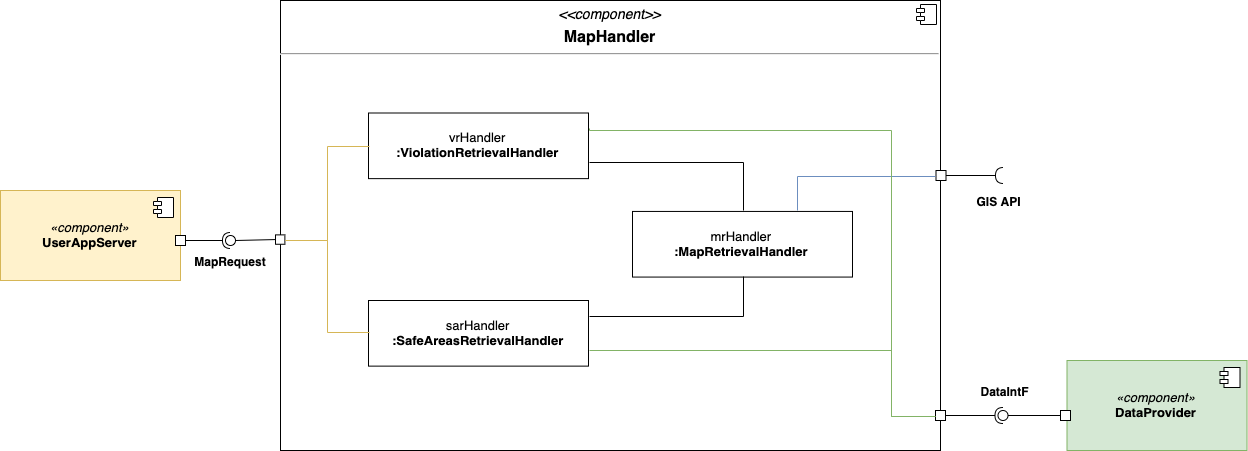
The draw.io diagram Releases/DD/img/diagrams/MapHandlerComponent.png in amecava/safestreets, before a commit. Source tidied: cells renumbered, new cells last; positions are measured from the earlier drawing's top-left corner, leaving out a move shared by most shapes. Its diagram source:
```xml
<mxGraphModel>
  <root>
    <mxCell id="0" />
    <mxCell id="1" parent="0" />
    <mxCell id="2" value="&lt;p style=&quot;margin: 6px 0px 0px ; text-align: center ; font-size: 14px&quot;&gt;&lt;i&gt;&lt;font style=&quot;font-size: 14px&quot;&gt;&amp;lt;&amp;lt;component&amp;gt;&amp;gt;&lt;/font&gt;&lt;/i&gt;&lt;/p&gt;&lt;p style=&quot;margin: 6px 0px 0px ; text-align: center&quot;&gt;&lt;b&gt;&lt;font style=&quot;font-size: 16px&quot;&gt;MapHandler&lt;/font&gt;&lt;/b&gt;&lt;/p&gt;&lt;hr&gt;&lt;p style=&quot;margin: 0px ; margin-left: 8px&quot;&gt;&lt;br&gt;&lt;/p&gt;" style="align=left;overflow=fill;html=1;" parent="1" vertex="1">
      <mxGeometry x="280" width="660" height="450" as="geometry" />
    </mxCell>
    <mxCell id="3" style="shape=component;jettyWidth=8;jettyHeight=4;" parent="2" vertex="1">
      <mxGeometry x="1" width="20" height="20" relative="1" as="geometry">
        <mxPoint x="-24" y="4" as="offset" />
      </mxGeometry>
    </mxCell>
    <mxCell id="4" value="&lt;font style=&quot;font-size: 13px&quot;&gt;vrHandler&lt;br&gt;&lt;b&gt;:ViolationRetrievalHandler&lt;/b&gt;&lt;/font&gt;" style="html=1;" parent="2" vertex="1">
      <mxGeometry x="88" y="112.5" width="220" height="65.6" as="geometry" />
    </mxCell>
    <mxCell id="5" value="&lt;font style=&quot;font-size: 13px&quot;&gt;sarHandler&lt;br&gt;&lt;b&gt;:SafeAreasRetrievalHandler&lt;/b&gt;&lt;/font&gt;" style="html=1;" parent="2" vertex="1">
      <mxGeometry x="88" y="300" width="220" height="65.6" as="geometry" />
    </mxCell>
    <mxCell id="6" value="&lt;font style=&quot;font-size: 13px&quot;&gt;mrHandler&lt;br&gt;&lt;b&gt;:MapRetrievalHandler&lt;/b&gt;&lt;/font&gt;" style="html=1;" parent="2" vertex="1">
      <mxGeometry x="352" y="210.9" width="220" height="65.6" as="geometry" />
    </mxCell>
    <mxCell id="7" style="endArrow=none;html=1;entryX=0.5;entryY=0;entryDx=0;entryDy=0;exitX=1;exitY=0.75;exitDx=0;exitDy=0;edgeStyle=orthogonalEdgeStyle;rounded=0;" parent="2" edge="1" source="4" target="6">
      <mxGeometry relative="1" as="geometry" />
    </mxCell>
    <mxCell id="8" style="endArrow=none;html=1;entryX=0.5;entryY=1;entryDx=0;entryDy=0;exitX=1;exitY=0.25;exitDx=0;exitDy=0;rounded=0;edgeStyle=orthogonalEdgeStyle;" parent="2" edge="1" source="5" target="6">
      <mxGeometry relative="1" as="geometry" />
    </mxCell>
    <mxCell id="9" style="whiteSpace=wrap;html=1;" parent="2" vertex="1">
      <mxGeometry x="-5" y="234.4" width="9.4" height="9.4" as="geometry" />
    </mxCell>
    <mxCell id="10" style="endArrow=none;html=1;exitX=0;exitY=0.5;exitDx=0;exitDy=0;entryX=1;entryY=0.5;entryDx=0;entryDy=0;edgeStyle=orthogonalEdgeStyle;rounded=0;fillColor=#fff2cc;strokeColor=#d6b656;" parent="2" edge="1" source="4" target="9">
      <mxGeometry relative="1" as="geometry" />
    </mxCell>
    <mxCell id="11" style="endArrow=none;html=1;entryX=0;entryY=0.5;entryDx=0;entryDy=0;exitX=1;exitY=0.5;exitDx=0;exitDy=0;fillColor=#fff2cc;strokeColor=#d6b656;edgeStyle=orthogonalEdgeStyle;rounded=0;" parent="2" edge="1" source="9" target="5">
      <mxGeometry relative="1" as="geometry" />
    </mxCell>
    <mxCell id="12" value="&lt;i style=&quot;font-size: 13px;&quot;&gt;«component»&lt;br style=&quot;font-size: 13px;&quot;&gt;&lt;/i&gt;&lt;b style=&quot;font-size: 13px;&quot;&gt;UserAppServer&lt;/b&gt;" style="html=1;fillColor=#fff2cc;strokeColor=#d6b656;fontSize=13;" parent="1" vertex="1">
      <mxGeometry y="190" width="180" height="90" as="geometry" />
    </mxCell>
    <mxCell id="13" style="shape=component;jettyWidth=8;jettyHeight=4;" parent="12" vertex="1">
      <mxGeometry x="1" width="20" height="20" relative="1" as="geometry">
        <mxPoint x="-27" y="7" as="offset" />
      </mxGeometry>
    </mxCell>
    <mxCell id="14" value="&lt;i style=&quot;font-size: 13px;&quot;&gt;«component»&lt;br style=&quot;font-size: 13px;&quot;&gt;&lt;/i&gt;&lt;b style=&quot;font-size: 13px;&quot;&gt;DataProvider&lt;/b&gt;" style="html=1;fillColor=#d5e8d4;strokeColor=#82b366;fontSize=13;" parent="1" vertex="1">
      <mxGeometry x="1066.5" y="360" width="180" height="90" as="geometry" />
    </mxCell>
    <mxCell id="15" style="shape=component;jettyWidth=8;jettyHeight=4;" parent="14" vertex="1">
      <mxGeometry x="1" width="20" height="20" relative="1" as="geometry">
        <mxPoint x="-27" y="7" as="offset" />
      </mxGeometry>
    </mxCell>
    <mxCell id="16" style="whiteSpace=wrap;html=1;" parent="1" vertex="1">
      <mxGeometry x="175" y="235" width="10" height="10" as="geometry" />
    </mxCell>
    <mxCell id="17" style="whiteSpace=wrap;html=1;" parent="1" vertex="1">
      <mxGeometry x="935" y="410" width="10" height="10" as="geometry" />
    </mxCell>
    <mxCell id="18" style="whiteSpace=wrap;html=1;" parent="1" vertex="1">
      <mxGeometry x="935.5" y="170" width="10" height="10" as="geometry" />
    </mxCell>
    <mxCell id="19" style="endArrow=none;html=1;entryX=0;entryY=0.5;entryDx=0;entryDy=0;exitX=0.75;exitY=0;exitDx=0;exitDy=0;edgeStyle=orthogonalEdgeStyle;fillColor=#dae8fc;strokeColor=#6c8ebf;rounded=0;" parent="1" edge="1" source="6" target="18">
      <mxGeometry relative="1" as="geometry" />
    </mxCell>
    <mxCell id="20" style="endArrow=none;html=1;exitX=1;exitY=0.75;exitDx=0;exitDy=0;entryX=0;entryY=0.5;entryDx=0;entryDy=0;fillColor=#d5e8d4;strokeColor=#82b366;edgeStyle=orthogonalEdgeStyle;rounded=0;" parent="1" edge="1" source="5" target="17">
      <mxGeometry relative="1" as="geometry">
        <Array as="points">
          <mxPoint x="891" y="350" />
          <mxPoint x="891" y="416" />
        </Array>
      </mxGeometry>
    </mxCell>
    <mxCell id="21" style="endArrow=none;html=1;entryX=0;entryY=0.5;entryDx=0;entryDy=0;exitX=1;exitY=0.25;exitDx=0;exitDy=0;fillColor=#d5e8d4;strokeColor=#82b366;edgeStyle=orthogonalEdgeStyle;rounded=0;" parent="1" edge="1" source="4" target="17">
      <mxGeometry relative="1" as="geometry">
        <Array as="points">
          <mxPoint x="890" y="129" />
          <mxPoint x="890" y="415" />
        </Array>
      </mxGeometry>
    </mxCell>
    <mxCell id="22" style="whiteSpace=wrap;html=1;" parent="1" vertex="1">
      <mxGeometry x="1060" y="410" width="10" height="10" as="geometry" />
    </mxCell>
    <mxCell id="23" style="rounded=0;jettySize=auto;html=1;endArrow=none;endFill=0;fontSize=13;exitX=0;exitY=0.5;exitDx=0;exitDy=0;" parent="1" edge="1" source="9" target="25">
      <mxGeometry relative="1" as="geometry" />
    </mxCell>
    <mxCell id="24" style="rounded=0;jettySize=auto;html=1;endArrow=halfCircle;endFill=0;entryX=0.5;entryY=0.5;entryDx=0;entryDy=0;endSize=6;strokeWidth=1;fontSize=13;exitX=1;exitY=0.5;exitDx=0;exitDy=0;" parent="1" edge="1" source="16" target="25">
      <mxGeometry relative="1" as="geometry" />
    </mxCell>
    <mxCell id="25" style="ellipse;whiteSpace=wrap;html=1;fontFamily=Helvetica;fontSize=12;fontColor=#000000;align=center;strokeColor=#000000;fillColor=#ffffff;points=[];" parent="1" vertex="1">
      <mxGeometry x="225" y="235" width="10" height="10" as="geometry" />
    </mxCell>
    <mxCell id="26" style="rounded=0;jettySize=auto;html=1;endArrow=none;endFill=0;fontSize=13;exitX=0;exitY=0.5;exitDx=0;exitDy=0;" parent="1" edge="1" source="22" target="28">
      <mxGeometry relative="1" as="geometry" />
    </mxCell>
    <mxCell id="27" style="rounded=0;jettySize=auto;html=1;endArrow=halfCircle;endFill=0;entryX=0.5;entryY=0.5;entryDx=0;entryDy=0;endSize=6;strokeWidth=1;fontSize=13;exitX=1;exitY=0.5;exitDx=0;exitDy=0;" parent="1" edge="1" source="17" target="28">
      <mxGeometry relative="1" as="geometry" />
    </mxCell>
    <mxCell id="28" style="ellipse;whiteSpace=wrap;html=1;fontFamily=Helvetica;fontSize=12;fontColor=#000000;align=center;strokeColor=#000000;fillColor=#ffffff;points=[];" parent="1" vertex="1">
      <mxGeometry x="997.5" y="410" width="10" height="10" as="geometry" />
    </mxCell>
    <mxCell id="29" style="rounded=0;jettySize=auto;html=1;endArrow=halfCircle;endFill=0;entryX=0.5;entryY=0.5;entryDx=0;entryDy=0;endSize=6;strokeWidth=1;fontSize=13;exitX=1;exitY=0.5;exitDx=0;exitDy=0;" parent="1" edge="1" source="18">
      <mxGeometry relative="1" as="geometry">
        <mxPoint x="1003" y="175" as="targetPoint" />
      </mxGeometry>
    </mxCell>
    <mxCell id="30" value="&lt;b&gt;&lt;font style=&quot;font-size: 12px&quot;&gt;GIS API&lt;/font&gt;&lt;/b&gt;" style="text;html=1;strokeColor=none;fillColor=none;align=center;verticalAlign=middle;whiteSpace=wrap;rounded=0;fontSize=13;" parent="1" vertex="1">
      <mxGeometry x="971" y="190" width="53" height="20" as="geometry" />
    </mxCell>
    <mxCell id="31" value="&lt;b&gt;&lt;font style=&quot;font-size: 12px&quot;&gt;DataIntF&lt;/font&gt;&lt;/b&gt;" style="text;html=1;strokeColor=none;fillColor=none;align=center;verticalAlign=middle;whiteSpace=wrap;rounded=0;fontSize=13;" parent="1" vertex="1">
      <mxGeometry x="977" y="380" width="53" height="20" as="geometry" />
    </mxCell>
    <mxCell id="32" value="&lt;b&gt;&lt;font style=&quot;font-size: 12px&quot;&gt;MapRequest&lt;br&gt;&lt;/font&gt;&lt;/b&gt;" style="text;html=1;strokeColor=none;fillColor=none;align=center;verticalAlign=middle;whiteSpace=wrap;rounded=0;fontSize=13;" parent="1" vertex="1">
      <mxGeometry x="203.5" y="250" width="53" height="20" as="geometry" />
    </mxCell>
  </root>
</mxGraphModel>
```
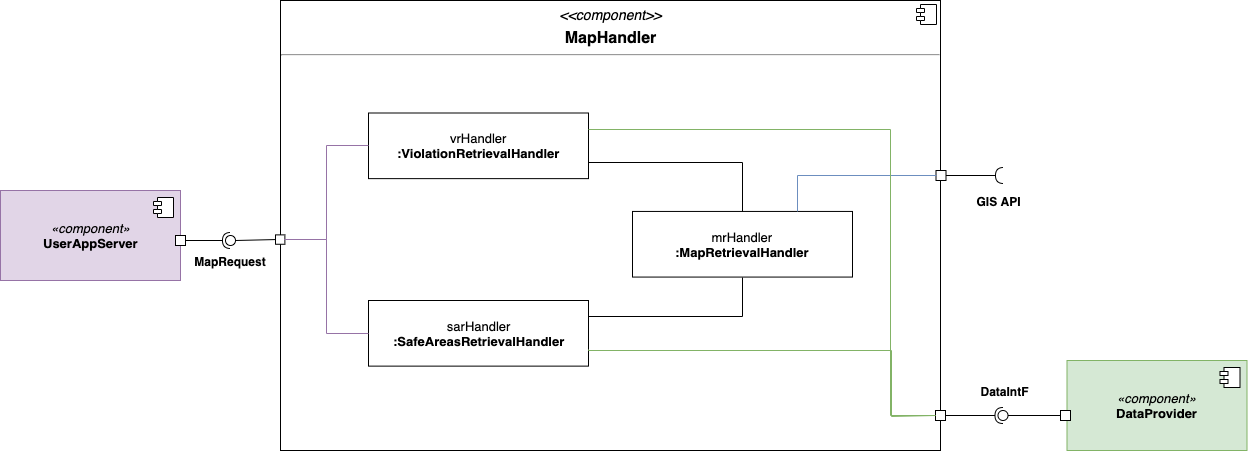
After the commit.

What changed in the source:
```diff
@@ -28,13 +28,13 @@
     <mxCell id="9" style="whiteSpace=wrap;html=1;" parent="2" vertex="1">
       <mxGeometry x="-5" y="234.4" width="9.4" height="9.4" as="geometry" />
     </mxCell>
-    <mxCell id="10" style="endArrow=none;html=1;exitX=0;exitY=0.5;exitDx=0;exitDy=0;entryX=1;entryY=0.5;entryDx=0;entryDy=0;edgeStyle=orthogonalEdgeStyle;rounded=0;fillColor=#fff2cc;strokeColor=#d6b656;" parent="2" edge="1" source="4" target="9">
+    <mxCell id="10" style="endArrow=none;html=1;exitX=0;exitY=0.5;exitDx=0;exitDy=0;entryX=1;entryY=0.5;entryDx=0;entryDy=0;edgeStyle=orthogonalEdgeStyle;rounded=0;fillColor=#e1d5e7;strokeColor=#9673a6;" parent="2" edge="1" source="4" target="9">
       <mxGeometry relative="1" as="geometry" />
     </mxCell>
-    <mxCell id="11" style="endArrow=none;html=1;entryX=0;entryY=0.5;entryDx=0;entryDy=0;exitX=1;exitY=0.5;exitDx=0;exitDy=0;fillColor=#fff2cc;strokeColor=#d6b656;edgeStyle=orthogonalEdgeStyle;rounded=0;" parent="2" edge="1" source="9" target="5">
+    <mxCell id="11" style="endArrow=none;html=1;entryX=0;entryY=0.5;entryDx=0;entryDy=0;exitX=1;exitY=0.5;exitDx=0;exitDy=0;fillColor=#e1d5e7;strokeColor=#9673a6;edgeStyle=orthogonalEdgeStyle;rounded=0;" parent="2" edge="1" source="9" target="5">
       <mxGeometry relative="1" as="geometry" />
     </mxCell>
-    <mxCell id="12" value="&lt;i style=&quot;font-size: 13px;&quot;&gt;«component»&lt;br style=&quot;font-size: 13px;&quot;&gt;&lt;/i&gt;&lt;b style=&quot;font-size: 13px;&quot;&gt;UserAppServer&lt;/b&gt;" style="html=1;fillColor=#fff2cc;strokeColor=#d6b656;fontSize=13;" parent="1" vertex="1">
+    <mxCell id="12" value="&lt;i style=&quot;font-size: 13px;&quot;&gt;«component»&lt;br style=&quot;font-size: 13px;&quot;&gt;&lt;/i&gt;&lt;b style=&quot;font-size: 13px;&quot;&gt;UserAppServer&lt;/b&gt;" style="html=1;fillColor=#e1d5e7;strokeColor=#9673a6;fontSize=13;" parent="1" vertex="1">
       <mxGeometry y="190" width="180" height="90" as="geometry" />
     </mxCell>
     <mxCell id="13" style="shape=component;jettyWidth=8;jettyHeight=4;" parent="12" vertex="1">
```
